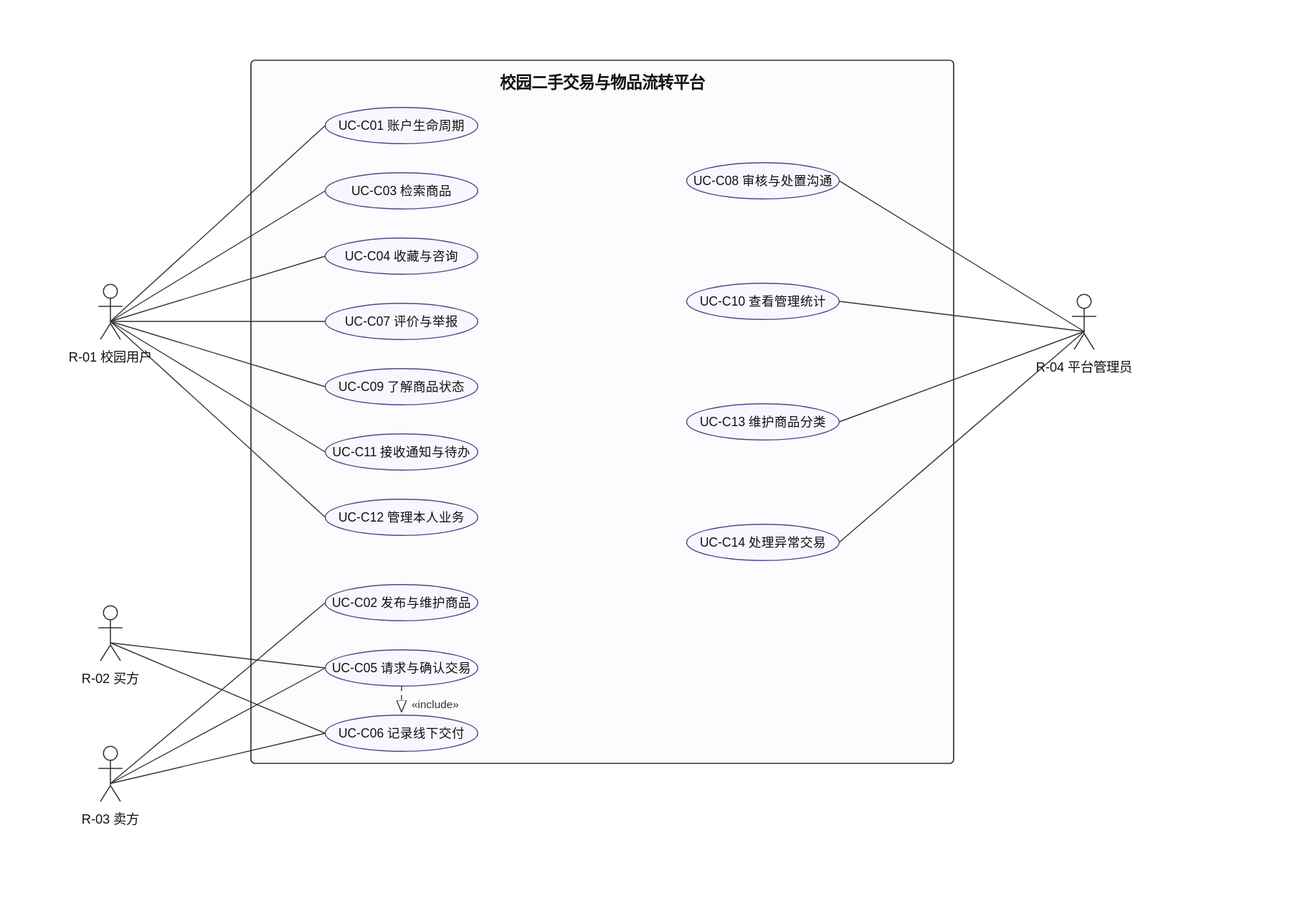
The PlantUML diagram docs/models/UC-01-系统用例图.svg in iy88/se-course-project-1, before a commit. Its source is kept beside it as docs/models/UC-01-系统用例图.puml.
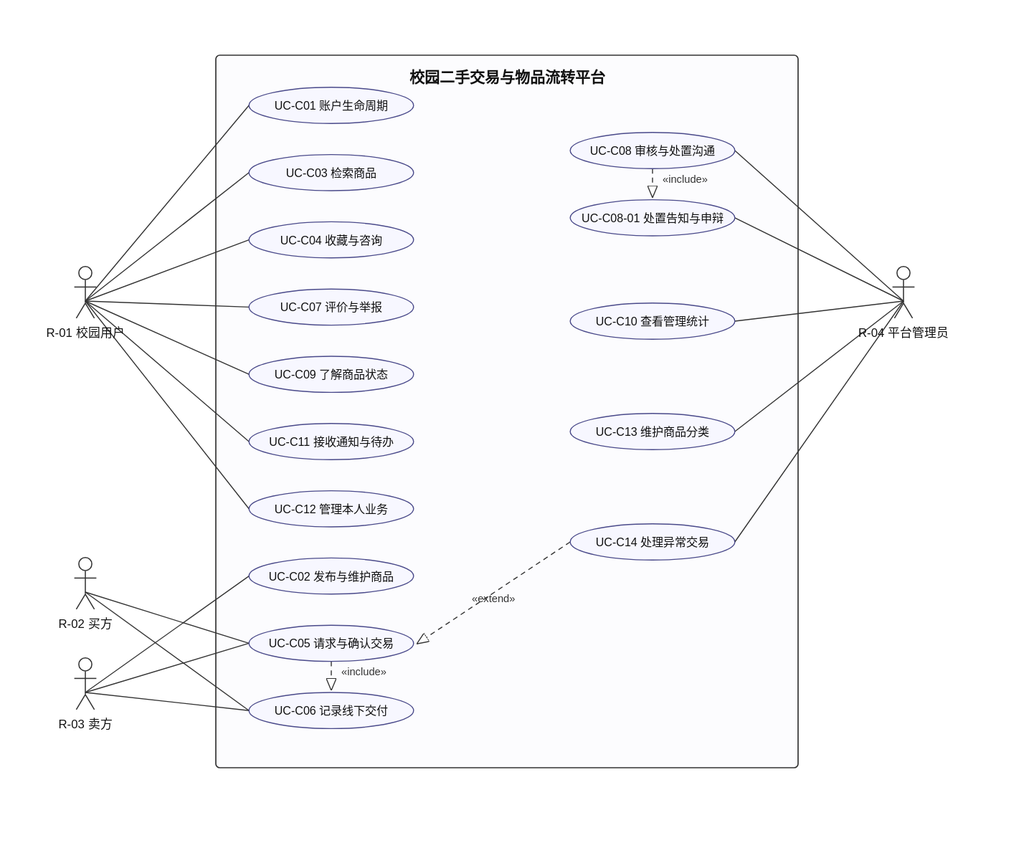
The same diagram one commit later.

Commit message:
docs: 补充子用例分解与子用例图，用例图加入包含/扩展关系

Diff of the diagram source:
```diff
@@ -24,6 +24,7 @@
   usecase "UC-C05 请求与确认交易" as UC05
   usecase "UC-C06 记录线下交付" as UC06
   usecase "UC-C08 审核与处置沟通" as UC08
+  usecase "UC-C08-01 处置告知与申辩" as UC0801
   usecase "UC-C10 查看管理统计" as UC10
   usecase "UC-C13 维护商品分类" as UC13
   usecase "UC-C14 处理异常交易" as UC14
@@ -42,9 +43,12 @@
 A3 -- UC05
 A3 -- UC06
 A4 -- UC08
+A4 -- UC0801
 A4 -- UC10
 A4 -- UC13
 A4 -- UC14
 
 UC05 ..> UC06 : <<include>>
+UC08 ..> UC0801 : <<include>>
+UC14 ..> UC05 : <<extend>>
 @enduml
```
